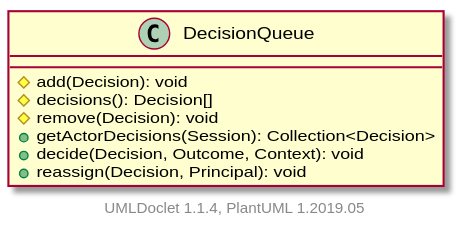
This is apidocs/2.11.0.M8-SNAPSHOT/org/apache/wiki/workflow/DecisionQueue.svg from apache/jspwiki-site, a PlantUML export, as it was before one commit.
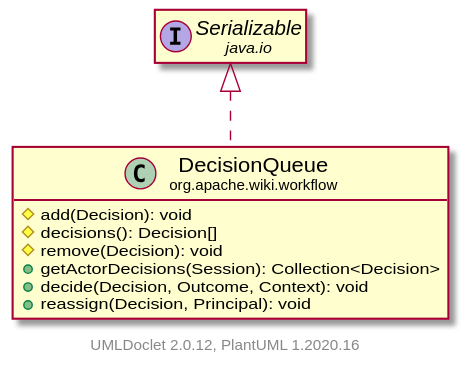
Above is the later version.

What changed in the source:
```diff
@@ -1,6 +1,9 @@
 @startuml
+    set namespaceSeparator none
+    hide empty fields
+    hide empty methods
 
-    class DecisionQueue [[DecisionQueue.html]] {
+    class "<size:14>DecisionQueue\n<size:10>org.apache.wiki.workflow" as org.apache.wiki.workflow.DecisionQueue [[DecisionQueue.html]] {
         #add(Decision): void
         #decisions(): Decision[]
         #remove(Decision): void
@@ -9,6 +12,9 @@
         +reassign(Decision, Principal): void
     }
 
+    interface "<size:14>Serializable\n<size:10>java.io" as java.io.Serializable
 
-    center footer UMLDoclet 1.1.4, PlantUML 1.2019.05
+    java.io.Serializable <|.. org.apache.wiki.workflow.DecisionQueue
+
+    center footer UMLDoclet 2.0.12, PlantUML 1.2020.16
 @enduml
```
